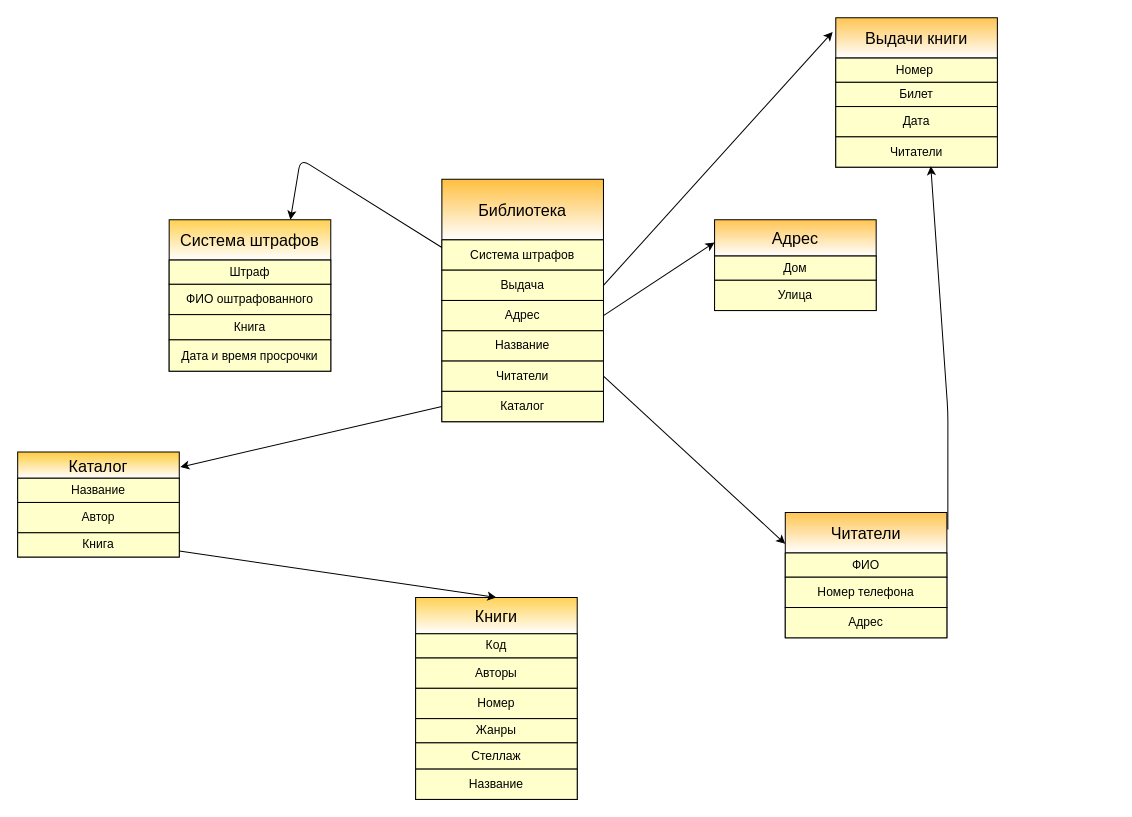
LoskakovSergey915/tasks_915 keeps this draw.io diagram as Лошаков/Untitled Diagram.drawio. Above is the earlier version. Source tidied: cells renumbered, new cells numbered last; positions are measured from the earlier drawing's top-left corner, leaving out a move shared by most shapes. Both pictures are drawn from the tidied source at 101%, with x=0, y=0 at pixel (17, 17).
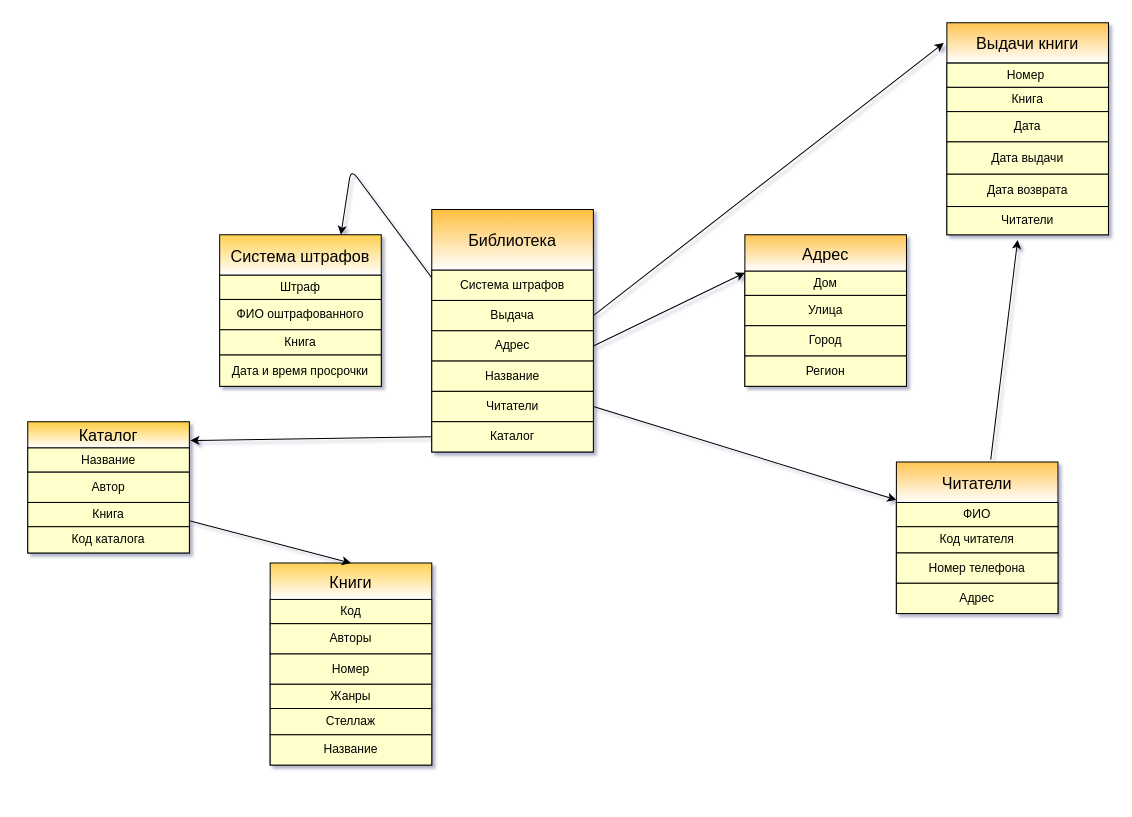
After the change.

Unchanged cells that the change refers to:
```xml
<mxCell id="19" value="Система штрафов" style="rounded=0;whiteSpace=wrap;html=1;fontFamily=Helvetica;fillColor=#FFFFCC;" parent="18" vertex="1">
  <mxGeometry y="60" width="160" height="30" as="geometry" />
</mxCell>
```

The edit, as a diff of the source:
```diff
@@
-<mxGraphModel>
+<mxGraphModel shadow="1">
@@
     <mxCell id="3" value="Читатели" style="swimlane;fontStyle=0;horizontal=1;startSize=40;align=center;fontSize=16;gradientDirection=north;gradientColor=#FFC552;" parent="2" vertex="1">
-      <mxGeometry x="760" y="490" width="160" height="124" as="geometry" />
+      <mxGeometry x="870" y="440" width="160" height="150" as="geometry" />
     </mxCell>
@@
+    <mxCell id="47" value="Код читателя" style="rounded=0;whiteSpace=wrap;html=1;fillColor=#FFFFCC;gradientColor=none;fontFamily=Helvetica;fontSize=12;" parent="3" vertex="1">
+      <mxGeometry y="64" width="160" height="26" as="geometry" />
+    </mxCell>
     <mxCell id="6" value="Номер телефона" style="rounded=0;whiteSpace=wrap;html=1;fontFamily=Helvetica;fillColor=#FFFFCC;" parent="3" vertex="1">
-      <mxGeometry y="64" width="160" height="30" as="geometry" />
+      <mxGeometry y="90" width="160" height="30" as="geometry" />
     </mxCell>
     <mxCell id="7" value="Адрес" style="rounded=0;whiteSpace=wrap;html=1;fontFamily=Helvetica;fillColor=#FFFFCC;" parent="3" vertex="1">
-      <mxGeometry y="94" width="160" height="30" as="geometry" />
+      <mxGeometry y="120" width="160" height="30" as="geometry" />
     </mxCell>
     <mxCell id="8" value="Каталог" style="swimlane;fontStyle=0;horizontal=1;startSize=26;align=center;fontSize=16;gradientDirection=north;gradientColor=#FFCC40;" parent="2" vertex="1">
-      <mxGeometry y="430" width="160" height="104" as="geometry" />
+      <mxGeometry x="10" y="400" width="160" height="130" as="geometry" />
     </mxCell>
@@
+    <mxCell id="48" value="Код каталога" style="rounded=0;whiteSpace=wrap;html=1;fillColor=#FFFFCC;gradientColor=none;fontFamily=Helvetica;fontSize=12;" parent="8" vertex="1">
+      <mxGeometry y="104" width="160" height="26" as="geometry" />
+    </mxCell>
     <mxCell id="12" value="Выдачи книги" style="swimlane;fontStyle=0;horizontal=1;startSize=40;align=center;fontSize=16;gradientDirection=north;gradientColor=#FFC552;" parent="2" vertex="1">
-      <mxGeometry x="810" width="160" height="148" as="geometry" />
+      <mxGeometry x="920" y="5" width="160" height="210" as="geometry" />
     </mxCell>
@@
-    <mxCell id="14" value="Билет" style="rounded=0;whiteSpace=wrap;html=1;fontFamily=Helvetica;fillColor=#FFFFCC;" parent="12" vertex="1">
+    <mxCell id="14" value="Книга" style="rounded=0;whiteSpace=wrap;html=1;fontFamily=Helvetica;fillColor=#FFFFCC;" parent="12" vertex="1">
       <mxGeometry y="64" width="160" height="24" as="geometry" />
     </mxCell>
@@
+    <mxCell id="49" value="Дата выдачи" style="rounded=0;whiteSpace=wrap;html=1;fillColor=#FFFFCC;gradientColor=none;fontFamily=Helvetica;fontSize=12;" parent="12" vertex="1">
+      <mxGeometry y="118" width="160" height="32" as="geometry" />
+    </mxCell>
+    <mxCell id="50" value="Дата возврата" style="rounded=0;whiteSpace=wrap;html=1;fillColor=#FFFFCC;gradientColor=none;fontFamily=Helvetica;fontSize=12;" parent="12" vertex="1">
+      <mxGeometry y="150" width="160" height="32" as="geometry" />
+    </mxCell>
-    <mxCell id="16" value="Читатели" style="rounded=0;whiteSpace=wrap;html=1;fontFamily=Helvetica;fillColor=#FFFFCC;" parent="12" vertex="1">
-      <mxGeometry y="118" width="160" height="30" as="geometry" />
+    <mxCell id="16" value="Читатели" style="rounded=0;whiteSpace=wrap;html=1;fillColor=#FFFFCC;gradientColor=none;fontFamily=Helvetica;fontSize=12;" parent="12" vertex="1">
+      <mxGeometry y="182" width="160" height="28" as="geometry" />
     </mxCell>
-    <mxCell id="17" style="endArrow=classic;html=1;fontFamily=Helvetica;exitX=1.006;exitY=0.136;exitDx=0;exitDy=0;exitPerimeter=0;entryX=0.588;entryY=0.967;entryDx=0;entryDy=0;entryPerimeter=0;" parent="2" edge="1" source="3" target="16">
-      <mxGeometry relative="1" as="geometry">
-        <Array as="points">
-          <mxPoint x="921" y="390" />
-        </Array>
-      </mxGeometry>
-    </mxCell>
     <mxCell id="18" value="Библиотека" style="swimlane;fontStyle=0;horizontal=1;startSize=60;align=center;fontSize=16;gradientDirection=north;gradientColor=#FFBF40;" parent="2" vertex="1">
-      <mxGeometry x="420" y="160" width="160" height="240" as="geometry" />
+      <mxGeometry x="410" y="190" width="160" height="240" as="geometry" />
     </mxCell>
@@
     <mxCell id="28" style="endArrow=classic;html=1;fontFamily=Helvetica;exitX=0;exitY=0.25;exitDx=0;exitDy=0;entryX=0.75;entryY=0;entryDx=0;entryDy=0;" parent="2" edge="1" source="19" target="34">
       <mxGeometry relative="1" as="geometry">
         <Array as="points">
-          <mxPoint x="280" y="140" />
+          <mxPoint x="330" y="150" />
         </Array>
       </mxGeometry>
     </mxCell>
@@
     <mxCell id="31" value="Адрес" style="swimlane;fontStyle=0;horizontal=1;startSize=36;align=center;fontSize=16;gradientDirection=north;gradientColor=#FFC552;" parent="2" vertex="1">
-      <mxGeometry x="690" y="200" width="160" height="90" as="geometry" />
+      <mxGeometry x="720" y="215" width="160" height="150" as="geometry" />
     </mxCell>
@@
+    <mxCell id="51" value="Город" style="rounded=0;whiteSpace=wrap;html=1;fillColor=#FFFFCC;gradientColor=none;fontFamily=Helvetica;fontSize=12;" parent="31" vertex="1">
+      <mxGeometry y="90" width="160" height="30" as="geometry" />
+    </mxCell>
+    <mxCell id="52" value="Регион" style="rounded=0;whiteSpace=wrap;html=1;fillColor=#FFFFCC;gradientColor=none;fontFamily=Helvetica;fontSize=12;" parent="31" vertex="1">
+      <mxGeometry y="120" width="160" height="30" as="geometry" />
+    </mxCell>
     <mxCell id="34" value="Система штрафов" style="swimlane;fontStyle=0;horizontal=1;startSize=40;align=center;fontSize=16;gradientDirection=north;gradientColor=#FFD152;" parent="2" vertex="1">
-      <mxGeometry x="150" y="200" width="160" height="150" as="geometry" />
+      <mxGeometry x="200" y="215" width="160" height="150" as="geometry" />
     </mxCell>
@@
     <mxCell id="39" value="Книги" style="swimlane;fontStyle=0;horizontal=1;startSize=36;align=center;fontSize=16;gradientDirection=north;gradientColor=#FFD154;" parent="2" vertex="1">
-      <mxGeometry x="394" y="574" width="160" height="200" as="geometry" />
+      <mxGeometry x="250" y="540" width="160" height="200" as="geometry" />
     </mxCell>
@@
+    <mxCell id="17" style="endArrow=classic;html=1;fontFamily=Helvetica;fontSize=12;exitX=0.584;exitY=-0.016;exitDx=0;exitDy=0;exitPerimeter=0;entryX=0.438;entryY=1.179;entryDx=0;entryDy=0;entryPerimeter=0;" parent="2" edge="1" source="3" target="16">
+      <mxGeometry relative="1" as="geometry" />
+    </mxCell>
```
